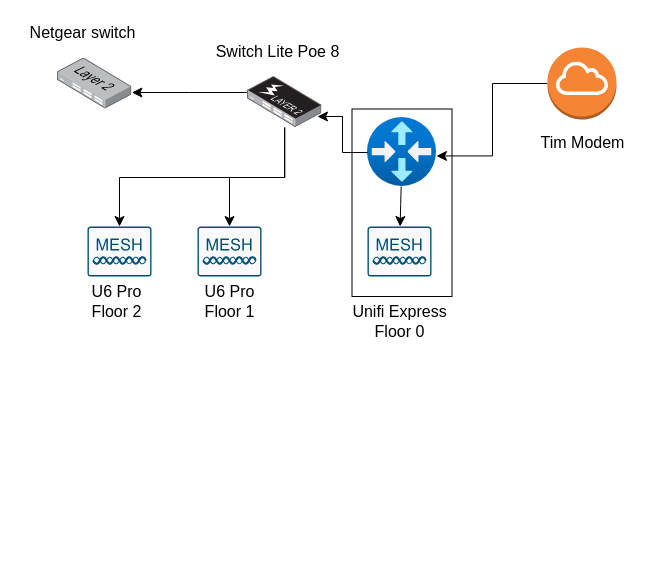
Earlier version of the draw.io diagram Network.drawio (Alfagov/Alfagov). Source tidied: cells renumbered, new cells numbered last; positions are measured from the earlier drawing's top-left corner, leaving out a move shared by most shapes. Both pictures are drawn from the tidied source at 100%, with x=0, y=0 at pixel (17, 17).
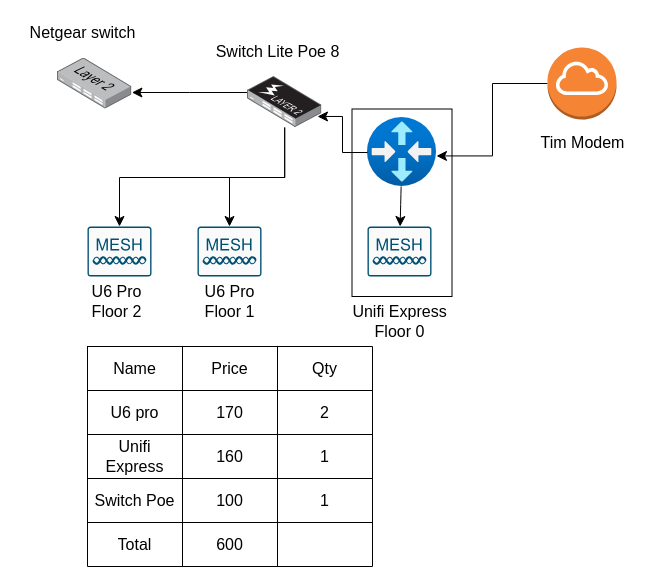
After the change.

Diff of the diagram source:
```diff
@@
+    <mxCell id="22" style="shape=table;startSize=0;childLayout=tableLayout;fontSize=16;" parent="1" vertex="1">
+      <mxGeometry x="70" y="329" width="285" height="220" as="geometry" />
+    </mxCell>
+    <mxCell id="23" style="shape=tableRow;horizontal=0;startSize=0;swimlaneHead=0;swimlaneBody=0;strokeColor=inherit;top=0;left=0;bottom=0;right=0;fillColor=none;fontSize=16;" parent="22" vertex="1">
+      <mxGeometry width="285" height="44" as="geometry" />
+    </mxCell>
+    <mxCell id="24" value="Name" style="shape=partialRectangle;html=1;whiteSpace=wrap;strokeColor=inherit;overflow=hidden;fillColor=none;top=0;left=0;bottom=0;right=0;fontSize=16;" parent="23" vertex="1">
+      <mxGeometry width="95" height="44" as="geometry" />
+    </mxCell>
+    <mxCell id="25" value="Price" style="shape=partialRectangle;html=1;whiteSpace=wrap;strokeColor=inherit;overflow=hidden;fillColor=none;top=0;left=0;bottom=0;right=0;fontSize=16;" parent="23" vertex="1">
+      <mxGeometry x="95" width="95" height="44" as="geometry" />
+    </mxCell>
+    <mxCell id="26" value="Qty" style="shape=partialRectangle;html=1;whiteSpace=wrap;strokeColor=inherit;overflow=hidden;fillColor=none;top=0;left=0;bottom=0;right=0;fontSize=16;" parent="23" vertex="1">
+      <mxGeometry x="190" width="95" height="44" as="geometry" />
+    </mxCell>
+    <mxCell id="27" style="shape=tableRow;horizontal=0;startSize=0;swimlaneHead=0;swimlaneBody=0;strokeColor=inherit;top=0;left=0;bottom=0;right=0;fillColor=none;fontSize=16;" parent="22" vertex="1">
+      <mxGeometry y="44" width="285" height="44" as="geometry" />
+    </mxCell>
+    <mxCell id="28" value="U6 pro" style="shape=partialRectangle;html=1;whiteSpace=wrap;strokeColor=inherit;overflow=hidden;fillColor=none;top=0;left=0;bottom=0;right=0;fontSize=16;" parent="27" vertex="1">
+      <mxGeometry width="95" height="44" as="geometry" />
+    </mxCell>
+    <mxCell id="29" value="170" style="shape=partialRectangle;html=1;whiteSpace=wrap;strokeColor=inherit;overflow=hidden;fillColor=none;top=0;left=0;bottom=0;right=0;fontSize=16;" parent="27" vertex="1">
+      <mxGeometry x="95" width="95" height="44" as="geometry" />
+    </mxCell>
+    <mxCell id="30" value="2" style="shape=partialRectangle;html=1;whiteSpace=wrap;strokeColor=inherit;overflow=hidden;fillColor=none;top=0;left=0;bottom=0;right=0;fontSize=16;" parent="27" vertex="1">
+      <mxGeometry x="190" width="95" height="44" as="geometry" />
+    </mxCell>
+    <mxCell id="31" style="shape=tableRow;horizontal=0;startSize=0;swimlaneHead=0;swimlaneBody=0;strokeColor=inherit;top=0;left=0;bottom=0;right=0;fillColor=none;fontSize=16;" parent="22" vertex="1">
+      <mxGeometry y="88" width="285" height="44" as="geometry" />
+    </mxCell>
+    <mxCell id="32" value="Unifi Express" style="shape=partialRectangle;html=1;whiteSpace=wrap;strokeColor=inherit;overflow=hidden;fillColor=none;top=0;left=0;bottom=0;right=0;fontSize=16;" parent="31" vertex="1">
+      <mxGeometry width="95" height="44" as="geometry" />
+    </mxCell>
+    <mxCell id="33" value="160" style="shape=partialRectangle;html=1;whiteSpace=wrap;strokeColor=inherit;overflow=hidden;fillColor=none;top=0;left=0;bottom=0;right=0;fontSize=16;" parent="31" vertex="1">
+      <mxGeometry x="95" width="95" height="44" as="geometry" />
+    </mxCell>
+    <mxCell id="34" value="1" style="shape=partialRectangle;html=1;whiteSpace=wrap;strokeColor=inherit;overflow=hidden;fillColor=none;top=0;left=0;bottom=0;right=0;fontSize=16;" parent="31" vertex="1">
+      <mxGeometry x="190" width="95" height="44" as="geometry" />
+    </mxCell>
+    <mxCell id="35" style="shape=tableRow;horizontal=0;startSize=0;swimlaneHead=0;swimlaneBody=0;strokeColor=inherit;top=0;left=0;bottom=0;right=0;fillColor=none;fontSize=16;" parent="22" vertex="1">
+      <mxGeometry y="132" width="285" height="44" as="geometry" />
+    </mxCell>
+    <mxCell id="36" value="Switch Poe" style="shape=partialRectangle;html=1;whiteSpace=wrap;strokeColor=inherit;overflow=hidden;fillColor=none;top=0;left=0;bottom=0;right=0;fontSize=16;" parent="35" vertex="1">
+      <mxGeometry width="95" height="44" as="geometry" />
+    </mxCell>
+    <mxCell id="37" value="100" style="shape=partialRectangle;html=1;whiteSpace=wrap;strokeColor=inherit;overflow=hidden;fillColor=none;top=0;left=0;bottom=0;right=0;fontSize=16;" parent="35" vertex="1">
+      <mxGeometry x="95" width="95" height="44" as="geometry" />
+    </mxCell>
+    <mxCell id="38" value="1" style="shape=partialRectangle;html=1;whiteSpace=wrap;strokeColor=inherit;overflow=hidden;fillColor=none;top=0;left=0;bottom=0;right=0;fontSize=16;" parent="35" vertex="1">
+      <mxGeometry x="190" width="95" height="44" as="geometry" />
+    </mxCell>
+    <mxCell id="39" style="shape=tableRow;horizontal=0;startSize=0;swimlaneHead=0;swimlaneBody=0;strokeColor=inherit;top=0;left=0;bottom=0;right=0;fillColor=none;fontSize=16;" parent="22" vertex="1">
+      <mxGeometry y="176" width="285" height="44" as="geometry" />
+    </mxCell>
+    <mxCell id="40" value="Total" style="shape=partialRectangle;html=1;whiteSpace=wrap;strokeColor=inherit;overflow=hidden;fillColor=none;top=0;left=0;bottom=0;right=0;fontSize=16;" parent="39" vertex="1">
+      <mxGeometry width="95" height="44" as="geometry" />
+    </mxCell>
+    <mxCell id="41" value="600" style="shape=partialRectangle;html=1;whiteSpace=wrap;strokeColor=inherit;overflow=hidden;fillColor=none;top=0;left=0;bottom=0;right=0;fontSize=16;" parent="39" vertex="1">
+      <mxGeometry x="95" width="95" height="44" as="geometry" />
+    </mxCell>
+    <mxCell id="42" style="shape=partialRectangle;html=1;whiteSpace=wrap;strokeColor=inherit;overflow=hidden;fillColor=none;top=0;left=0;bottom=0;right=0;fontSize=16;" parent="39" vertex="1">
+      <mxGeometry x="190" width="95" height="44" as="geometry" />
+    </mxCell>
```
